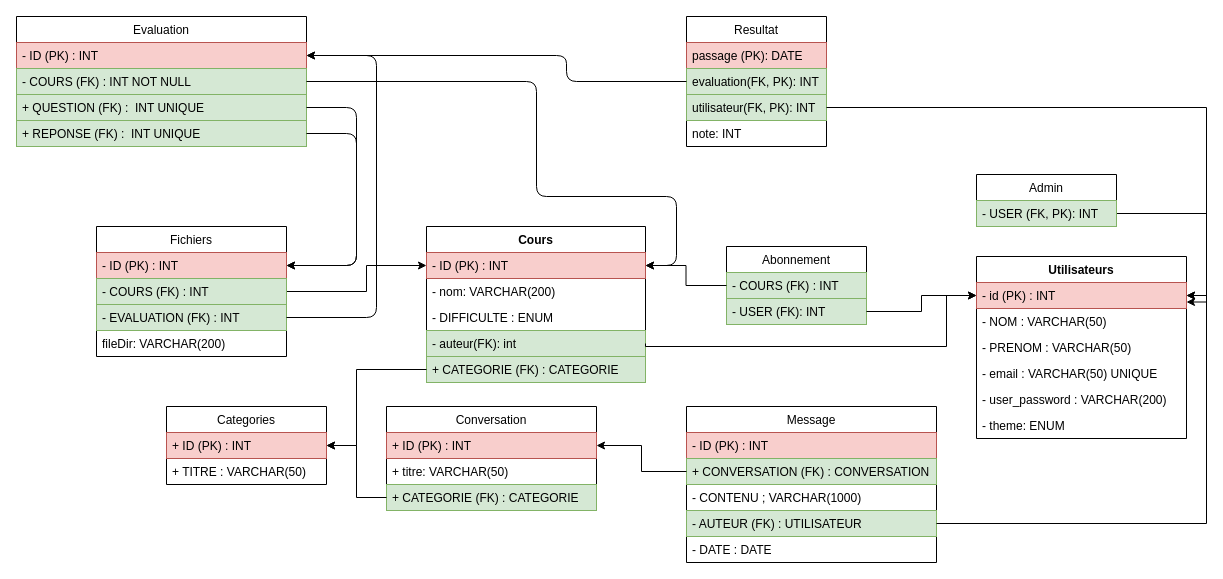
The draw.io diagram documentation/diagrammes/BDD.drawio in FC-Dijkstra/SiteFormation_DAW, before the edit. Source tidied: cells renumbered, new cells numbered last; positions are measured from the earlier drawing's top-left corner, leaving out a move shared by most shapes. Both pictures are drawn from the tidied source at 100%, with x=0, y=0 at pixel (16, 16).
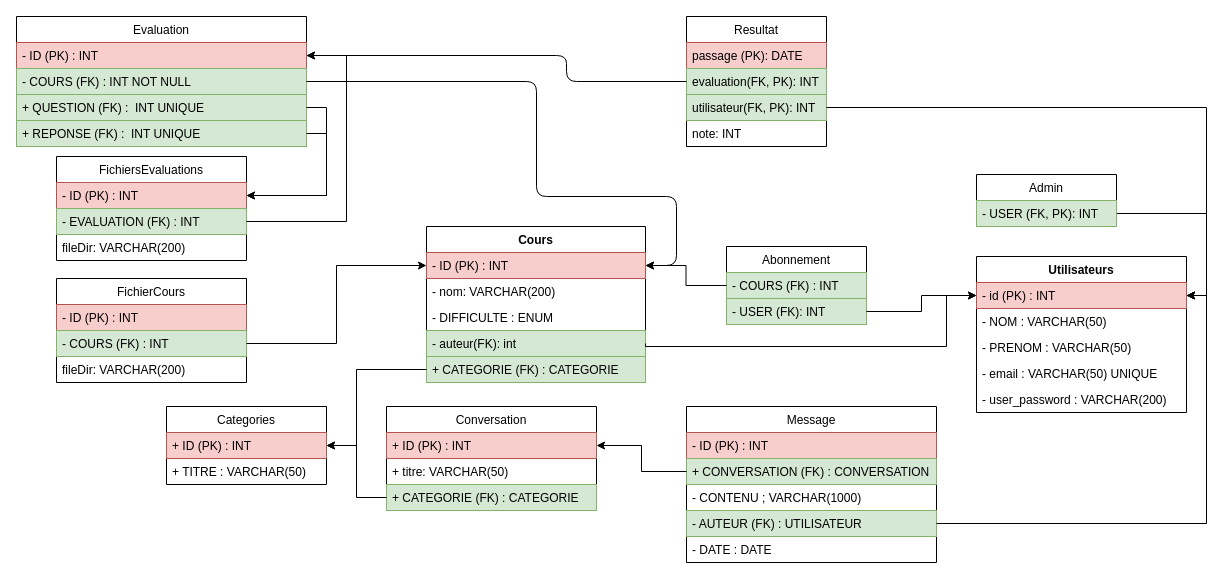
The same page after the edit.

The change refers to these unchanged cells:
```xml
<mxCell id="10" value="- ID (PK) : INT" style="text;strokeColor=#b85450;fillColor=#f8cecc;align=left;verticalAlign=top;spacingLeft=4;spacingRight=4;overflow=hidden;points=[[0,0.5],[1,0.5]];portConstraint=eastwest;" parent="9" vertex="1">
  <mxGeometry y="26" width="219" height="26" as="geometry" />
</mxCell>
<mxCell id="33" value="- ID (PK) : INT" style="text;strokeColor=#b85450;fillColor=#f8cecc;align=left;verticalAlign=top;spacingLeft=4;spacingRight=4;overflow=hidden;points=[[0,0.5],[1,0.5]];portConstraint=eastwest;" parent="32" vertex="1">
  <mxGeometry y="26" width="190" height="26" as="geometry" />
</mxCell>
<mxCell id="34" value="- COURS (FK) : INT" style="text;strokeColor=#82b366;fillColor=#d5e8d4;align=left;verticalAlign=top;spacingLeft=4;spacingRight=4;overflow=hidden;points=[[0,0.5],[1,0.5]];portConstraint=eastwest;" parent="32" vertex="1">
  <mxGeometry y="52" width="190" height="26" as="geometry" />
</mxCell>
<mxCell id="38" value="- ID (PK) : INT" style="text;strokeColor=#b85450;fillColor=#f8cecc;align=left;verticalAlign=top;spacingLeft=4;spacingRight=4;overflow=hidden;points=[[0,0.5],[1,0.5]];portConstraint=eastwest;" parent="37" vertex="1">
  <mxGeometry y="26" width="290" height="26" as="geometry" />
</mxCell>
<mxCell id="40" value="+ QUESTION (FK) :  INT UNIQUE" style="text;strokeColor=#82b366;fillColor=#d5e8d4;align=left;verticalAlign=top;spacingLeft=4;spacingRight=4;overflow=hidden;points=[[0,0.5],[1,0.5]];portConstraint=eastwest;" parent="37" vertex="1">
  <mxGeometry y="78" width="290" height="26" as="geometry" />
</mxCell>
<mxCell id="41" value="+ REPONSE (FK) :  INT UNIQUE" style="text;strokeColor=#82b366;fillColor=#d5e8d4;align=left;verticalAlign=top;spacingLeft=4;spacingRight=4;overflow=hidden;points=[[0,0.5],[1,0.5]];portConstraint=eastwest;" parent="37" vertex="1">
  <mxGeometry y="104" width="290" height="26" as="geometry" />
</mxCell>
```

The edit, as a diff of the source:
```diff
@@
     <mxCell id="2" value="Utilisateurs" style="swimlane;fontStyle=1;align=center;verticalAlign=top;horizontal=1;startSize=26;" parent="1" vertex="1">
-      <mxGeometry x="960" y="240" width="210" height="182" as="geometry" />
+      <mxGeometry x="960" y="240" width="210" height="156" as="geometry" />
     </mxCell>
@@
-    <mxCell id="8" value="- theme: ENUM" style="text;strokeColor=none;fillColor=none;align=left;verticalAlign=top;spacingLeft=4;spacingRight=4;overflow=hidden;" parent="2" vertex="1">
-      <mxGeometry y="156" width="210" height="26" as="geometry" />
-    </mxCell>
@@
-    <mxCell id="31" style="edgeStyle=orthogonalEdgeStyle;rounded=0;jettySize=auto;html=1;exitX=1;exitY=0.5;exitDx=0;exitDy=0;entryX=0;entryY=0.5;entryDx=0;entryDy=0;" parent="1" edge="1" source="32" target="10">
-      <mxGeometry relative="1" as="geometry">
-        <Array as="points">
-          <mxPoint x="350" y="275" />
-          <mxPoint x="350" y="249" />
-        </Array>
-      </mxGeometry>
-    </mxCell>
-    <mxCell id="32" value="Fichiers" style="swimlane;fontStyle=0;horizontal=1;startSize=26;fillColor=none;" parent="1" vertex="1">
-      <mxGeometry x="80" y="210" width="190" height="130" as="geometry" />
+    <mxCell id="32" value="FichierCours" style="swimlane;fontStyle=0;horizontal=1;startSize=26;fillColor=none;" parent="1" vertex="1">
+      <mxGeometry x="40" y="262" width="190" height="104" as="geometry" />
     </mxCell>
@@
-    <mxCell id="35" value="- EVALUATION (FK) : INT" style="text;strokeColor=#82b366;fillColor=#d5e8d4;align=left;verticalAlign=top;spacingLeft=4;spacingRight=4;overflow=hidden;points=[[0,0.5],[1,0.5]];portConstraint=eastwest;" parent="32" vertex="1">
-      <mxGeometry y="78" width="190" height="26" as="geometry" />
-    </mxCell>
     <mxCell id="36" value="fileDir: VARCHAR(200)" style="text;strokeColor=none;fillColor=none;align=left;verticalAlign=top;spacingLeft=4;spacingRight=4;overflow=hidden;" parent="32" vertex="1">
-      <mxGeometry y="104" width="190" height="26" as="geometry" />
+      <mxGeometry y="78" width="190" height="26" as="geometry" />
     </mxCell>
@@
-    <mxCell id="54" style="endArrow=classic;html=1;exitX=1;exitY=0.5;exitDx=0;exitDy=0;entryX=1;entryY=0.5;entryDx=0;entryDy=0;" parent="1" edge="1" source="41" target="33">
-      <mxGeometry relative="1" as="geometry">
-        <Array as="points">
-          <mxPoint x="340" y="117" />
-          <mxPoint x="340" y="249" />
-        </Array>
-      </mxGeometry>
-    </mxCell>
-    <mxCell id="55" style="endArrow=classic;html=1;exitX=1;exitY=0.5;exitDx=0;exitDy=0;entryX=1;entryY=0.5;entryDx=0;entryDy=0;" parent="1" edge="1" source="40" target="33">
-      <mxGeometry relative="1" as="geometry">
-        <Array as="points">
-          <mxPoint x="340" y="91" />
-          <mxPoint x="340" y="249" />
-        </Array>
-      </mxGeometry>
-    </mxCell>
-    <mxCell id="56" style="endArrow=classic;html=1;exitX=1;exitY=0.5;exitDx=0;exitDy=0;entryX=1;entryY=0.5;entryDx=0;entryDy=0;" parent="1" edge="1" source="35" target="38">
-      <mxGeometry relative="1" as="geometry">
-        <Array as="points">
-          <mxPoint x="360" y="301" />
-          <mxPoint x="360" y="39" />
-        </Array>
-      </mxGeometry>
-    </mxCell>
@@
+    <mxCell id="63" value="FichiersEvaluations" style="swimlane;fontStyle=0;horizontal=1;startSize=26;fillColor=none;" parent="1" vertex="1">
+      <mxGeometry x="40" y="140" width="190" height="104" as="geometry" />
+    </mxCell>
+    <mxCell id="64" value="- ID (PK) : INT" style="text;strokeColor=#b85450;fillColor=#f8cecc;align=left;verticalAlign=top;spacingLeft=4;spacingRight=4;overflow=hidden;points=[[0,0.5],[1,0.5]];portConstraint=eastwest;" parent="63" vertex="1">
+      <mxGeometry y="26" width="190" height="26" as="geometry" />
+    </mxCell>
+    <mxCell id="35" value="- EVALUATION (FK) : INT" style="text;strokeColor=#82b366;fillColor=#d5e8d4;align=left;verticalAlign=top;spacingLeft=4;spacingRight=4;overflow=hidden;points=[[0,0.5],[1,0.5]];portConstraint=eastwest;" parent="63" vertex="1">
+      <mxGeometry y="52" width="190" height="26" as="geometry" />
+    </mxCell>
+    <mxCell id="65" value="fileDir: VARCHAR(200)" style="text;strokeColor=none;fillColor=none;align=left;verticalAlign=top;spacingLeft=4;spacingRight=4;overflow=hidden;" parent="63" vertex="1">
+      <mxGeometry y="78" width="190" height="26" as="geometry" />
+    </mxCell>
+    <mxCell id="66" style="edgeStyle=orthogonalEdgeStyle;rounded=0;jettySize=auto;html=1;exitX=1;exitY=0.5;exitDx=0;exitDy=0;entryX=1;entryY=0.5;entryDx=0;entryDy=0;" parent="1" edge="1" source="41" target="64">
+      <mxGeometry relative="1" as="geometry" />
+    </mxCell>
+    <mxCell id="67" style="edgeStyle=orthogonalEdgeStyle;rounded=0;jettySize=auto;html=1;exitX=1;exitY=0.5;exitDx=0;exitDy=0;entryX=1;entryY=0.5;entryDx=0;entryDy=0;" parent="1" edge="1" source="40" target="64">
+      <mxGeometry relative="1" as="geometry" />
+    </mxCell>
+    <mxCell id="56" style="edgeStyle=orthogonalEdgeStyle;rounded=0;jettySize=auto;html=1;exitX=1;exitY=0.5;exitDx=0;exitDy=0;entryX=1;entryY=0.5;entryDx=0;entryDy=0;" parent="1" edge="1" source="35" target="38">
+      <mxGeometry relative="1" as="geometry">
+        <Array as="points">
+          <mxPoint x="330" y="205" />
+          <mxPoint x="330" y="39" />
+        </Array>
+      </mxGeometry>
+    </mxCell>
+    <mxCell id="68" style="edgeStyle=orthogonalEdgeStyle;rounded=0;jettySize=auto;html=1;exitX=1;exitY=0.5;exitDx=0;exitDy=0;entryX=0;entryY=0.5;entryDx=0;entryDy=0;" parent="1" edge="1" source="34" target="10">
+      <mxGeometry relative="1" as="geometry" />
+    </mxCell>
```
